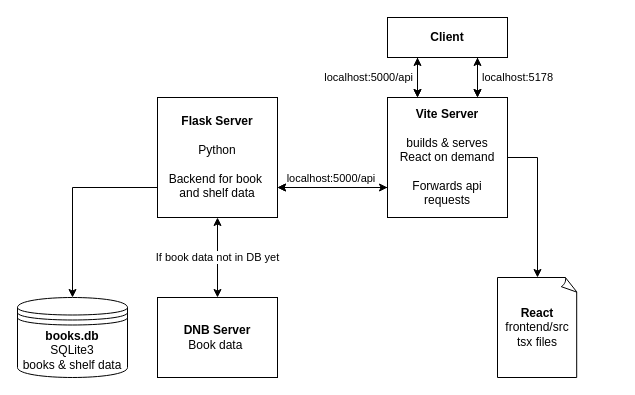
Above: documentation/dev-setup-prod-setup-servers/setup-dev.drawio in JRuf02/bookfinder (draw.io), before the change. Source tidied: cells renumbered, new cells numbered last; positions are measured from the earlier drawing's top-left corner, leaving out a move shared by most shapes. Both pictures are drawn from the tidied source at 100%, with x=0, y=0 at pixel (17, 17).
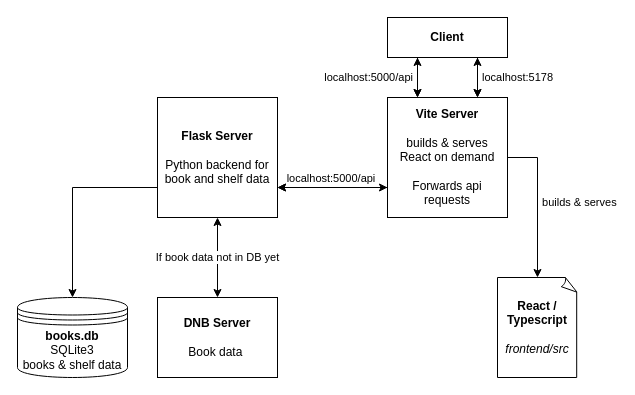
Above is the later version.

Commit message (it also covers changes not shown here):
update system diagrams

Unchanged cells that the change refers to:
```xml
<mxCell id="3" value="&lt;div&gt;&lt;b&gt;Vite Server&lt;/b&gt;&lt;/div&gt;&lt;div&gt;&lt;b&gt;&lt;br&gt;&lt;/b&gt;&lt;/div&gt;&lt;div&gt;builds &amp;amp; serves&lt;/div&gt;&lt;div&gt;React on demand&lt;/div&gt;&lt;div&gt;&lt;br&gt;&lt;/div&gt;&lt;div&gt;Forwards api requests&lt;/div&gt;" style="html=1;whiteSpace=wrap;" parent="1" vertex="1">
  <mxGeometry x="370" y="80" width="120" height="120" as="geometry" />
</mxCell>
```

Change to the diagram source:
```diff
@@
-    <mxCell id="4" value="&lt;div&gt;&lt;b&gt;Flask Server&lt;/b&gt;&lt;/div&gt;&lt;div&gt;&lt;b&gt;&lt;br&gt;&lt;/b&gt;&lt;/div&gt;&lt;div&gt;Python&lt;/div&gt;&lt;div&gt;&lt;br&gt;&lt;/div&gt;&lt;div&gt;Backend for book&amp;nbsp;&lt;/div&gt;&lt;div&gt;and shelf data&lt;/div&gt;" style="html=1;whiteSpace=wrap;" parent="1" vertex="1">
+    <mxCell id="4" value="&lt;div&gt;&lt;b&gt;Flask Server&lt;/b&gt;&lt;/div&gt;&lt;div&gt;&lt;b&gt;&lt;br&gt;&lt;/b&gt;&lt;/div&gt;&lt;div&gt;Python backend for book&amp;nbsp;and shelf data&lt;/div&gt;" style="html=1;whiteSpace=wrap;" parent="1" vertex="1">
       <mxGeometry x="140" y="80" width="120" height="120" as="geometry" />
     </mxCell>
-    <mxCell id="5" value="&lt;div&gt;&lt;b&gt;DNB Server&lt;/b&gt;&lt;/div&gt;&lt;div&gt;Book data&amp;nbsp;&lt;/div&gt;" style="html=1;whiteSpace=wrap;" parent="1" vertex="1">
+    <mxCell id="5" value="&lt;div&gt;&lt;b&gt;DNB Server&lt;/b&gt;&lt;/div&gt;&lt;div&gt;&lt;br&gt;&lt;/div&gt;&lt;div&gt;Book data&amp;nbsp;&lt;/div&gt;" style="html=1;whiteSpace=wrap;" parent="1" vertex="1">
       <mxGeometry x="140" y="280" width="120" height="80" as="geometry" />
     </mxCell>
@@
-    <mxCell id="11" value="&lt;div&gt;&lt;b&gt;React&lt;/b&gt;&lt;/div&gt;&lt;div&gt;frontend/src&lt;/div&gt;&lt;div&gt;tsx files&lt;/div&gt;" style="whiteSpace=wrap;html=1;shape=mxgraph.basic.document;" parent="1" vertex="1">
+    <mxCell id="11" value="&lt;div&gt;&lt;b&gt;React / Typescript&lt;/b&gt;&lt;/div&gt;&lt;div&gt;&lt;b&gt;&lt;br&gt;&lt;/b&gt;&lt;/div&gt;&lt;div&gt;&lt;i&gt;frontend/src&lt;/i&gt;&lt;/div&gt;" style="whiteSpace=wrap;html=1;shape=mxgraph.basic.document;" parent="1" vertex="1">
       <mxGeometry x="480" y="260" width="80" height="100" as="geometry" />
     </mxCell>
-    <mxCell id="12" style="endArrow=classic;html=1;rounded=0;exitX=1;exitY=0.5;exitDx=0;exitDy=0;entryX=0.5;entryY=0;entryDx=0;entryDy=0;entryPerimeter=0;" parent="1" edge="1" source="3" target="11">
+    <mxCell id="12" value="&amp;nbsp;builds &amp;amp; serves" style="endArrow=classic;html=1;rounded=0;exitX=1;exitY=0.5;exitDx=0;exitDy=0;entryX=0.5;entryY=0;entryDx=0;entryDy=0;entryPerimeter=0;align=left;" parent="1" edge="1" source="3" target="11">
       <mxGeometry relative="1" as="geometry">
         <Array as="points">
           <mxPoint x="520" y="140" />
         </Array>
       </mxGeometry>
     </mxCell>
```
